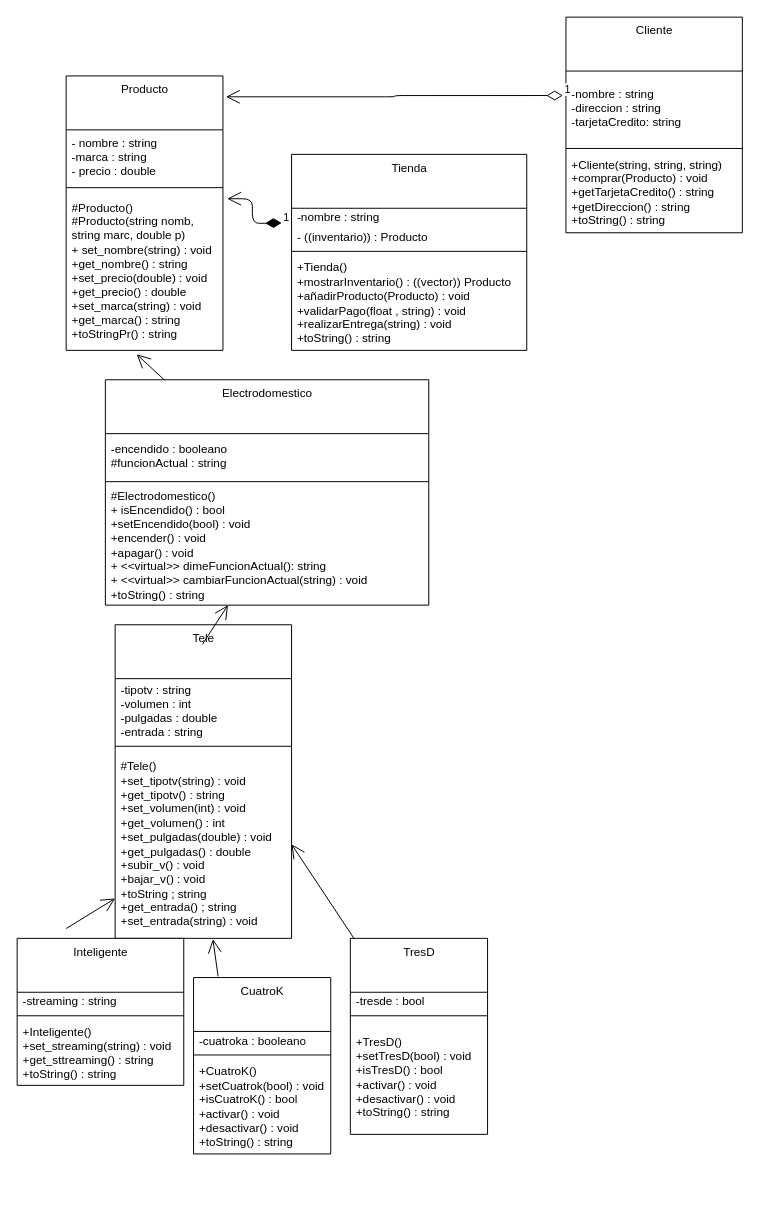
A01751711/teve keeps this draw.io diagram as diagrama.drawio. Above is the earlier version. Source tidied: cells renumbered, new cells numbered last; positions are measured from the earlier drawing's top-left corner, leaving out a move shared by most shapes. Both pictures are drawn from the tidied source at 98%, with x=0, y=0 at pixel (17, 17).
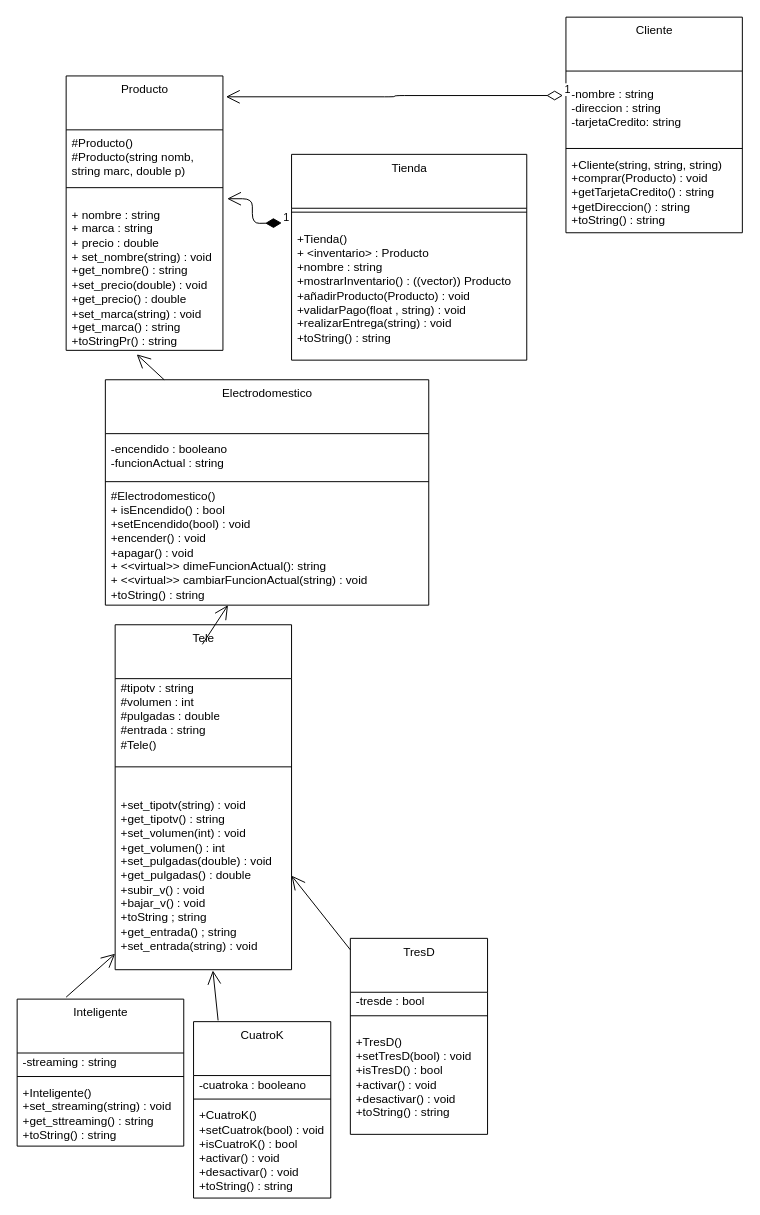
Above is the later version.

The change refers to these unchanged cells:
```xml
<mxCell id="24" value="Producto" style="swimlane;fontStyle=0;align=center;verticalAlign=top;horizontal=1;startSize=55;html=1;" parent="1" vertex="1">
  <mxGeometry x="50" y="60" width="160" height="280" as="geometry" />
</mxCell>
<mxCell id="28" value="Electrodomestico" style="swimlane;fontStyle=0;align=center;verticalAlign=top;horizontal=1;startSize=55;html=1;" parent="1" vertex="1">
  <mxGeometry x="90" y="370" width="330" height="230" as="geometry" />
</mxCell>
```

Change to the diagram source:
```diff
@@
     <mxCell id="2" value="Tele" style="swimlane;fontStyle=0;align=center;verticalAlign=top;horizontal=1;startSize=55;html=1;" parent="1" vertex="1">
-      <mxGeometry x="100" y="620" width="180" height="320" as="geometry" />
+      <mxGeometry x="100" y="620" width="180" height="352" as="geometry" />
     </mxCell>
-    <mxCell id="3" value="-tipotv : string&lt;br&gt;-volumen : int&lt;br&gt;-pulgadas : double&lt;br&gt;-entrada : string" style="text;html=1;strokeColor=none;fillColor=none;align=left;verticalAlign=middle;spacingLeft=4;spacingRight=4;overflow=hidden;" parent="2" vertex="1">
-      <mxGeometry y="55" width="180" height="65" as="geometry" />
+    <mxCell id="3" value="#tipotv : string&lt;br&gt;#volumen : int&lt;br&gt;#pulgadas : double&lt;br&gt;#entrada : string&lt;br&gt;#Tele()" style="text;html=1;strokeColor=none;fillColor=none;align=left;verticalAlign=middle;spacingLeft=4;spacingRight=4;overflow=hidden;" parent="2" vertex="1">
+      <mxGeometry y="55" width="180" height="75" as="geometry" />
     </mxCell>
     <mxCell id="4" style="line;strokeWidth=1;fillColor=none;align=left;verticalAlign=middle;spacingTop=-1;spacingLeft=3;spacingRight=3;labelPosition=right;" parent="2" vertex="1">
-      <mxGeometry y="120" width="180" height="8" as="geometry" />
+      <mxGeometry y="130" width="180" height="30" as="geometry" />
     </mxCell>
-    <mxCell id="5" value="#Tele()&lt;br&gt;+set_tipotv(string) : void&lt;br&gt;+get_tipotv() : string&lt;br&gt;+set_volumen(int) : void&lt;br&gt;+get_volumen() : int&lt;br&gt;+set_pulgadas(double) : void&lt;br&gt;+get_pulgadas() : double&lt;br&gt;+subir_v() : void&lt;br&gt;+bajar_v() : void&lt;br&gt;+toString ; string&lt;br&gt;+get_entrada() ; string&lt;br&gt;+set_entrada(string) : void" style="text;html=1;strokeColor=none;fillColor=none;align=left;verticalAlign=middle;spacingLeft=4;spacingRight=4;overflow=hidden;points=[[0,0.5],[1,0.5]];portConstraint=eastwest;" parent="2" vertex="1">
-      <mxGeometry y="128" width="180" height="192" as="geometry" />
+    <mxCell id="5" value="+set_tipotv(string) : void&lt;br&gt;+get_tipotv() : string&lt;br&gt;+set_volumen(int) : void&lt;br&gt;+get_volumen() : int&lt;br&gt;+set_pulgadas(double) : void&lt;br&gt;+get_pulgadas() : double&lt;br&gt;+subir_v() : void&lt;br&gt;+bajar_v() : void&lt;br&gt;+toString ; string&lt;br&gt;+get_entrada() ; string&lt;br&gt;+set_entrada(string) : void" style="text;html=1;strokeColor=none;fillColor=none;align=left;verticalAlign=middle;spacingLeft=4;spacingRight=4;overflow=hidden;points=[[0,0.5],[1,0.5]];portConstraint=eastwest;" parent="2" vertex="1">
+      <mxGeometry y="160" width="180" height="192" as="geometry" />
     </mxCell>
     <mxCell id="6" value="CuatroK" style="swimlane;fontStyle=0;align=center;verticalAlign=top;horizontal=1;startSize=55;html=1;" parent="1" vertex="1">
-      <mxGeometry x="180" y="980" width="140" height="180" as="geometry" />
+      <mxGeometry x="180" y="1025" width="140" height="180" as="geometry" />
     </mxCell>
@@
     <mxCell id="14" value="Inteligente" style="swimlane;fontStyle=0;align=center;verticalAlign=top;horizontal=1;startSize=55;html=1;" parent="1" vertex="1">
-      <mxGeometry y="940" width="170" height="150" as="geometry" />
+      <mxGeometry y="1002" width="170" height="150" as="geometry" />
     </mxCell>
@@
     <mxCell id="18" style="endArrow=open;endFill=1;endSize=12;html=1;" parent="1" edge="1" target="5">
       <mxGeometry relative="1" as="geometry">
-        <mxPoint x="50" y="930" as="sourcePoint" />
+        <mxPoint x="50" y="1000" as="sourcePoint" />
       </mxGeometry>
     </mxCell>
@@
-    <mxCell id="25" value="- nombre : string&lt;br&gt;-marca : string&lt;br&gt;- precio : double" style="text;html=1;strokeColor=none;fillColor=none;align=left;verticalAlign=middle;spacingLeft=4;spacingRight=4;overflow=hidden;" parent="24" vertex="1">
+    <mxCell id="25" value="#Producto()&lt;br&gt;#Producto(string nomb,&lt;br&gt;string marc, double p)" style="text;html=1;strokeColor=none;fillColor=none;align=left;verticalAlign=middle;spacingLeft=4;spacingRight=4;overflow=hidden;" parent="24" vertex="1">
       <mxGeometry y="55" width="160" height="55" as="geometry" />
     </mxCell>
@@
-    <mxCell id="27" value="#Producto()&lt;br&gt;#Producto(string nomb,&lt;br&gt;string marc, double p)&lt;br&gt;+ set_nombre(string) : void&lt;br&gt;+get_nombre() : string&lt;br&gt;+set_precio(double) : void&lt;br&gt;+get_precio() : double&lt;br&gt;+set_marca(string) : void&lt;br&gt;+get_marca() : string&lt;br&gt;+toStringPr() : string" style="text;html=1;strokeColor=none;fillColor=none;align=left;verticalAlign=middle;spacingLeft=4;spacingRight=4;overflow=hidden;points=[[0,0.5],[1,0.5]];portConstraint=eastwest;" parent="24" vertex="1">
+    <mxCell id="27" value="&lt;br&gt;+ nombre : string&lt;br&gt;+ marca : string&lt;br&gt;+ precio : double&lt;br&gt;+ set_nombre(string) : void&lt;br&gt;+get_nombre() : string&lt;br&gt;+set_precio(double) : void&lt;br&gt;+get_precio() : double&lt;br&gt;+set_marca(string) : void&lt;br&gt;+get_marca() : string&lt;br&gt;+toStringPr() : string" style="text;html=1;strokeColor=none;fillColor=none;align=left;verticalAlign=middle;spacingLeft=4;spacingRight=4;overflow=hidden;points=[[0,0.5],[1,0.5]];portConstraint=eastwest;" parent="24" vertex="1">
       <mxGeometry y="118" width="160" height="162" as="geometry" />
     </mxCell>
@@
-    <mxCell id="30" value="-encendido : booleano&lt;br&gt;#funcionActual : string" style="text;html=1;strokeColor=none;fillColor=none;align=left;verticalAlign=middle;spacingLeft=4;spacingRight=4;overflow=hidden;" parent="28" vertex="1">
+    <mxCell id="30" value="-encendido : booleano&lt;br&gt;-funcionActual : string" style="text;html=1;strokeColor=none;fillColor=none;align=left;verticalAlign=middle;spacingLeft=4;spacingRight=4;overflow=hidden;" parent="28" vertex="1">
       <mxGeometry y="55" width="330" height="45" as="geometry" />
     </mxCell>
@@
     <mxCell id="33" value="Tienda" style="swimlane;fontStyle=0;align=center;verticalAlign=top;horizontal=1;startSize=55;html=1;" parent="1" vertex="1">
-      <mxGeometry x="280" y="140" width="240" height="200" as="geometry" />
+      <mxGeometry x="280" y="140" width="240" height="210" as="geometry" />
     </mxCell>
-    <mxCell id="34" value="-nombre : string" style="text;html=1;strokeColor=none;fillColor=none;align=left;verticalAlign=middle;spacingLeft=4;spacingRight=4;overflow=hidden;" parent="33" vertex="1">
-      <mxGeometry y="55" width="240" height="20" as="geometry" />
-    </mxCell>
-    <mxCell id="35" value="- ((inventario)) : Producto" style="text;html=1;strokeColor=none;fillColor=none;align=left;verticalAlign=middle;spacingLeft=4;spacingRight=4;overflow=hidden;" parent="33" vertex="1">
-      <mxGeometry y="75" width="240" height="20" as="geometry" />
-    </mxCell>
     <mxCell id="36" style="line;strokeWidth=1;fillColor=none;align=left;verticalAlign=middle;spacingTop=-1;spacingLeft=3;spacingRight=3;labelPosition=right;" parent="33" vertex="1">
-      <mxGeometry y="95" width="240" height="8" as="geometry" />
+      <mxGeometry y="55" width="240" height="8" as="geometry" />
     </mxCell>
-    <mxCell id="37" value="+Tienda()&amp;nbsp;&lt;br&gt;+mostrarInventario() : ((vector)) Producto&amp;nbsp;&lt;br&gt;+añadirProducto(Producto) : void&lt;br&gt;+validarPago(float , string) : void&lt;br&gt;+realizarEntrega(string) : void&lt;br&gt;+toString() : string" style="text;html=1;strokeColor=none;fillColor=none;align=left;verticalAlign=middle;spacingLeft=4;spacingRight=4;overflow=hidden;" parent="33" vertex="1">
-      <mxGeometry y="103" width="240" height="97" as="geometry" />
+    <mxCell id="37" value="+Tienda()&amp;nbsp;&lt;br&gt;+ &amp;lt;inventario&amp;gt; : Producto&lt;br&gt;+nombre : string&lt;br&gt;+mostrarInventario() : ((vector)) Producto&amp;nbsp;&lt;br&gt;+añadirProducto(Producto) : void&lt;br&gt;+validarPago(float , string) : void&lt;br&gt;+realizarEntrega(string) : void&lt;br&gt;+toString() : string" style="text;html=1;strokeColor=none;fillColor=none;align=left;verticalAlign=middle;spacingLeft=4;spacingRight=4;overflow=hidden;" parent="33" vertex="1">
+      <mxGeometry y="63" width="240" height="147" as="geometry" />
     </mxCell>
```
